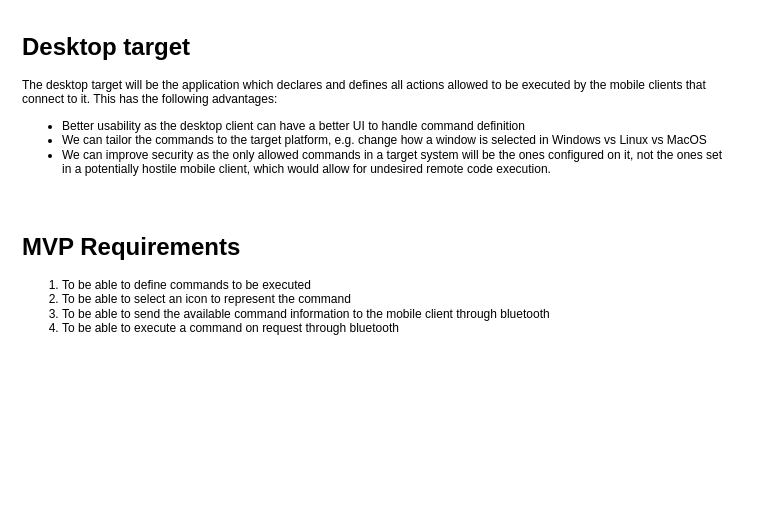
This is page "Desktop target" (4 of 4) of DockProject(8).drawio from HaroldHormaechea/CommandCenter, a draw.io file, before an edit. Source tidied: cells renumbered, new cells numbered last; positions are measured from the earlier drawing's top-left corner, leaving out a move shared by most shapes. Both pictures are drawn from the tidied source at 100%, with x=0, y=0 at pixel (17, 27).
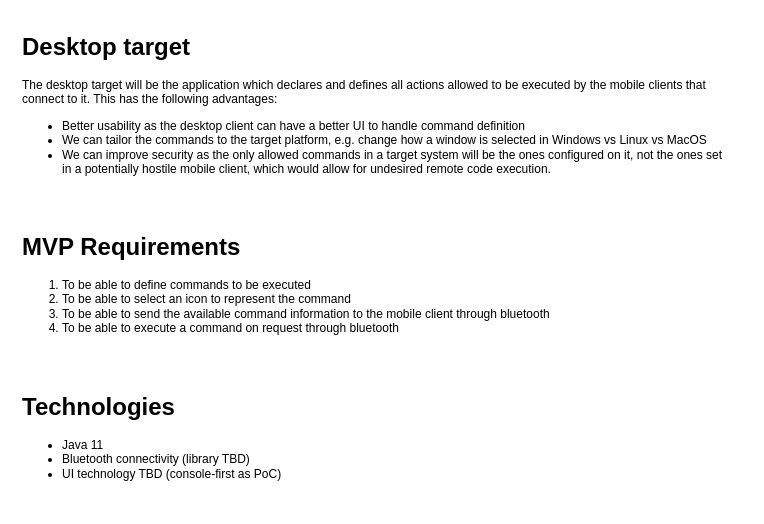
After the change.

Change to the diagram source:
```diff
@@
 <mxGraphModel>
   <root>
     <mxCell id="0" />
     <mxCell id="1" parent="0" />
     <mxCell id="2" value="&lt;h1&gt;Desktop target&lt;br&gt;&lt;/h1&gt;&lt;p&gt;The desktop target will be the application which declares and defines all actions allowed to be executed by the mobile clients that connect to it. This has the following advantages:&lt;/p&gt;&lt;ul&gt;&lt;li&gt;Better usability as the desktop client can have a better UI to handle command definition&lt;/li&gt;&lt;li&gt;We can tailor the commands to the target platform, e.g. change how a window is selected in Windows vs Linux vs MacOS&lt;/li&gt;&lt;li&gt;We can improve security as the only allowed commands in a target system will be the ones configured on it, not the ones set in a potentially hostile mobile client, which would allow for undesired remote code execution.&lt;br&gt;&lt;/li&gt;&lt;/ul&gt;" style="text;html=1;strokeColor=none;fillColor=none;spacing=5;spacingTop=-20;whiteSpace=wrap;overflow=hidden;rounded=0;" parent="1" vertex="1">
       <mxGeometry width="720" height="240" as="geometry" />
     </mxCell>
     <mxCell id="3" value="&lt;h1&gt;MVP Requirements&lt;br&gt;&lt;/h1&gt;&lt;ol&gt;&lt;li&gt;To be able to define commands to be executed&lt;/li&gt;&lt;li&gt;To be able to select an icon to represent the command&lt;/li&gt;&lt;li&gt;To be able to send the available command information to the mobile client through bluetooth&lt;/li&gt;&lt;li&gt;To be able to execute a command on request through bluetooth&lt;br&gt;&lt;/li&gt;&lt;/ol&gt;" style="text;html=1;strokeColor=none;fillColor=none;spacing=5;spacingTop=-20;whiteSpace=wrap;overflow=hidden;rounded=0;" parent="1" vertex="1">
       <mxGeometry y="200" width="730" height="120" as="geometry" />
     </mxCell>
+    <mxCell id="4" value="&lt;h1&gt;Technologies&lt;br&gt;&lt;/h1&gt;&lt;ul&gt;&lt;li&gt;Java 11&lt;/li&gt;&lt;li&gt;Bluetooth connectivity (library TBD)&lt;/li&gt;&lt;li&gt;UI technology TBD (console-first as PoC)&lt;br&gt;&lt;/li&gt;&lt;/ul&gt;&lt;ol&gt;&lt;/ol&gt;" style="text;html=1;strokeColor=none;fillColor=none;spacing=5;spacingTop=-20;whiteSpace=wrap;overflow=hidden;rounded=0;" parent="1" vertex="1">
+      <mxGeometry y="360" width="730" height="120" as="geometry" />
+    </mxCell>
   </root>
 </mxGraphModel>
```
